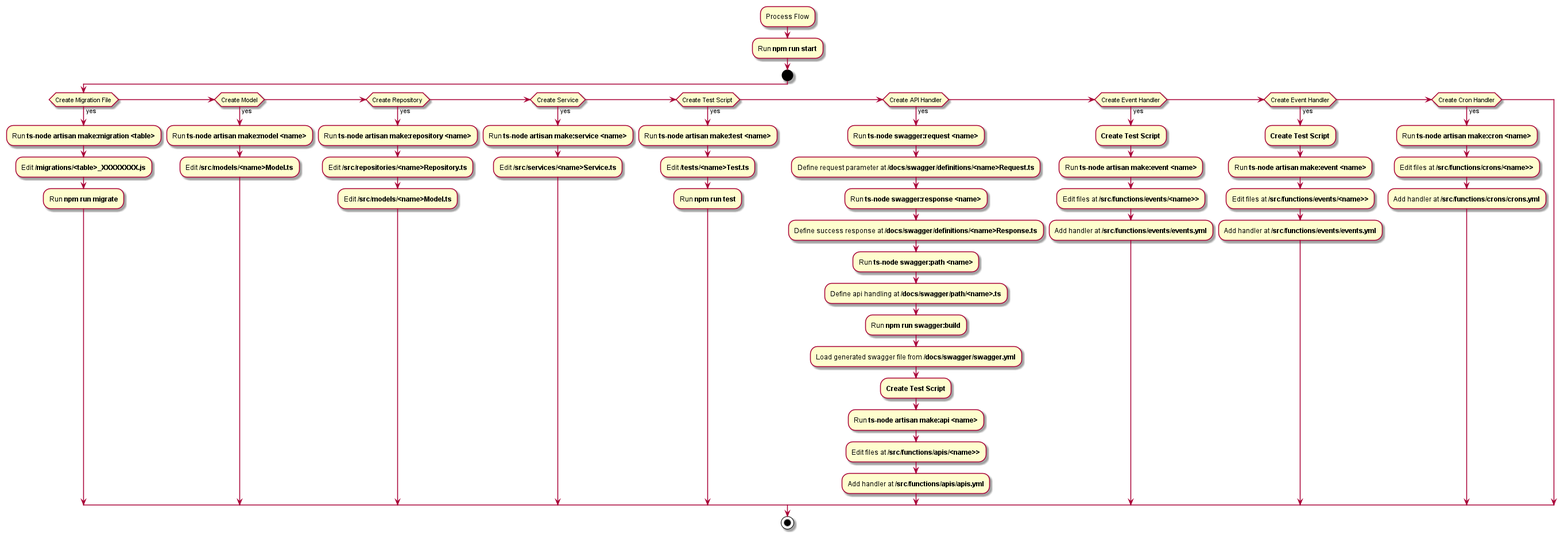
Earlier version of the PlantUML export docs/flow_chart.png (cjchua1989/aws-lambda).
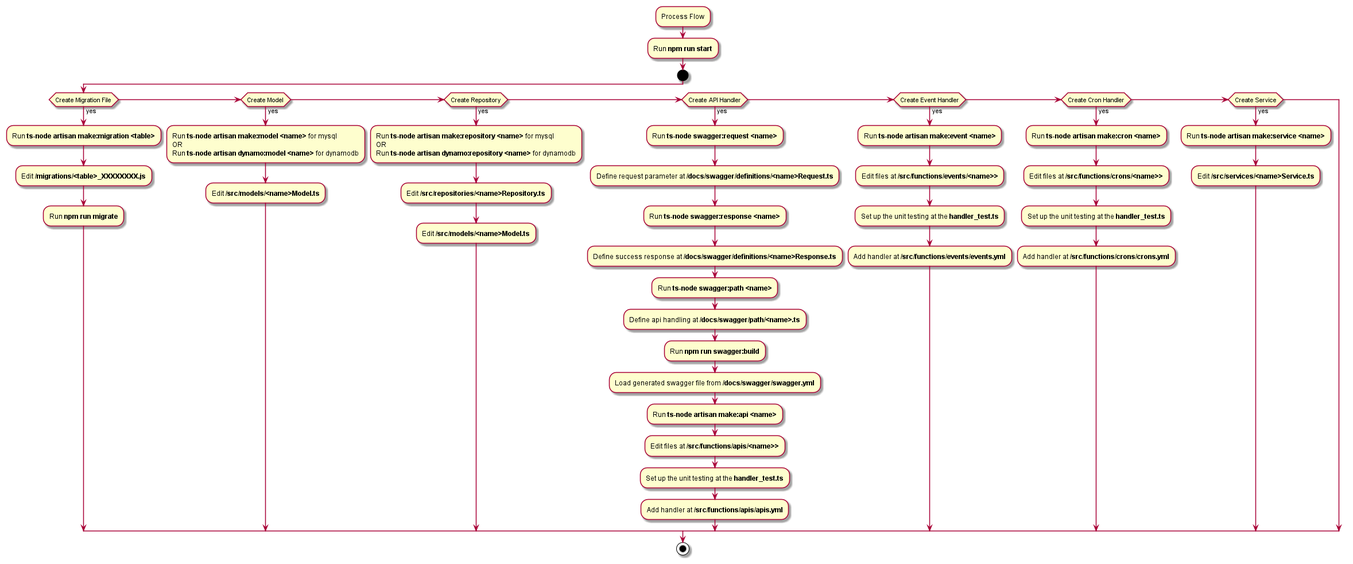
Above is the later version.

Commit message:
Updated the coding flow

The edit, as a diff of the source:
```diff
@@ -8,19 +8,16 @@
         :Edit **/migrations/<table>_XXXXXXXX.js**;
         :Run **npm run migrate**;
     elseif (Create Model) then (yes)
-        :Run **ts-node artisan make:model <name>**;
+        :Run **ts-node artisan make:model <name>** for mysql
+        OR
+        Run **ts-node artisan dynamo:model <name>** for dynamodb;
         :Edit **/src/models/<name>Model.ts**;
     elseif (Create Repository) then (yes)
-        :Run **ts-node artisan make:repository <name>**;
+        :Run **ts-node artisan make:repository <name>** for mysql
+        OR
+        Run **ts-node artisan dynamo:repository <name>** for dynamodb;
         :Edit **/src/repositories/<name>Repository.ts**;
         :Edit **/src/models/<name>Model.ts**;
-    elseif (Create Service) then (yes)
-        :Run **ts-node artisan make:service <name>**;
-        :Edit **/src/services/<name>Service.ts**;
-    elseif (Create Test Script) then (yes)
-        :Run **ts-node artisan make:test <name>**;
-        :Edit **/tests/<name>Test.ts**;
-        :Run **npm run test**;
     elseif (Create API Handler) then (yes)
         :Run **ts-node swagger:request <name>**;
         :Define request parameter at **/docs/swagger/definitions/<name>Request.ts**;
@@ -30,24 +27,23 @@
         :Define api handling at **/docs/swagger/path/<name>.ts**;
         :Run **npm run swagger:build**;
         :Load generated swagger file from **/docs/swagger/swagger.yml**;
-        :**Create Test Script**;
         :Run **ts-node artisan make:api <name>**;
         :Edit files at **/src/functions/apis/<name>>**;
+        :Set up the unit testing at the **handler_test.ts**;
         :Add handler at **/src/functions/apis/apis.yml**;
     elseif (Create Event Handler) then (yes)
-        :**Create Test Script**;
         :Run **ts-node artisan make:event <name>**;
         :Edit files at **/src/functions/events/<name>>**;
-        :Add handler at **/src/functions/events/events.yml**;
-    elseif (Create Event Handler) then (yes)
-        :**Create Test Script**;
-        :Run **ts-node artisan make:event <name>**;
-        :Edit files at **/src/functions/events/<name>>**;
+        :Set up the unit testing at the **handler_test.ts**;
         :Add handler at **/src/functions/events/events.yml**;
     elseif (Create Cron Handler) then (yes)
         :Run **ts-node artisan make:cron <name>**;
         :Edit files at **/src/functions/crons/<name>>**;
+        :Set up the unit testing at the **handler_test.ts**;
         :Add handler at **/src/functions/crons/crons.yml**;
+    elseif (Create Service) then (yes)
+        :Run **ts-node artisan make:service <name>**;
+        :Edit **/src/services/<name>Service.ts**;
     endif
 stop
 
```
